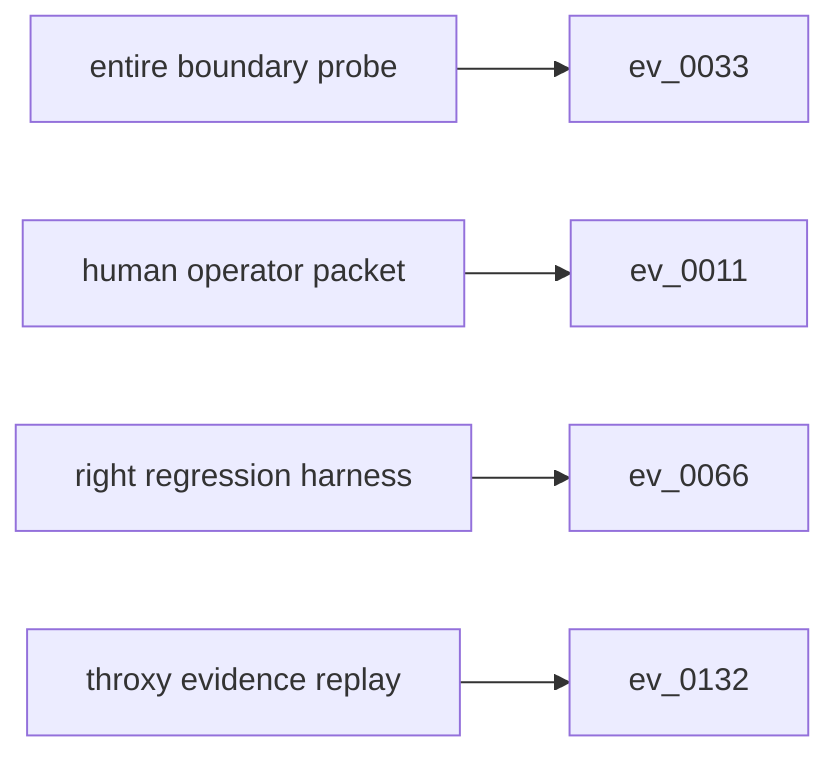
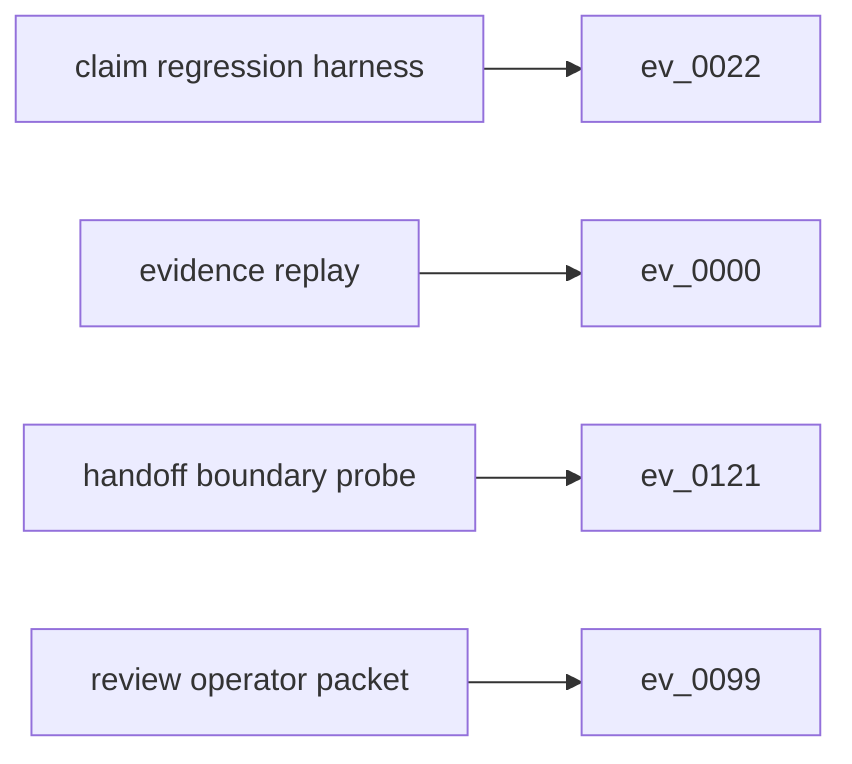
flowchart LR
-   s0["entire boundary probe"]
-   e0["ev_0033"]
+   s0["claim regression harness"]
+   e0["ev_0022"]
  s0 --> e0
-   s1["human operator packet"]
-   e1["ev_0011"]
+   s1["evidence replay"]
+   e1["ev_0000"]
  s1 --> e1
-   s2["right regression harness"]
-   e2["ev_0066"]
+   s2["handoff boundary probe"]
+   e2["ev_0121"]
  s2 --> e2
-   s3["throxy evidence replay"]
-   e3["ev_0132"]
+   s3["review operator packet"]
+   e3["ev_0099"]
  s3 --> e3
